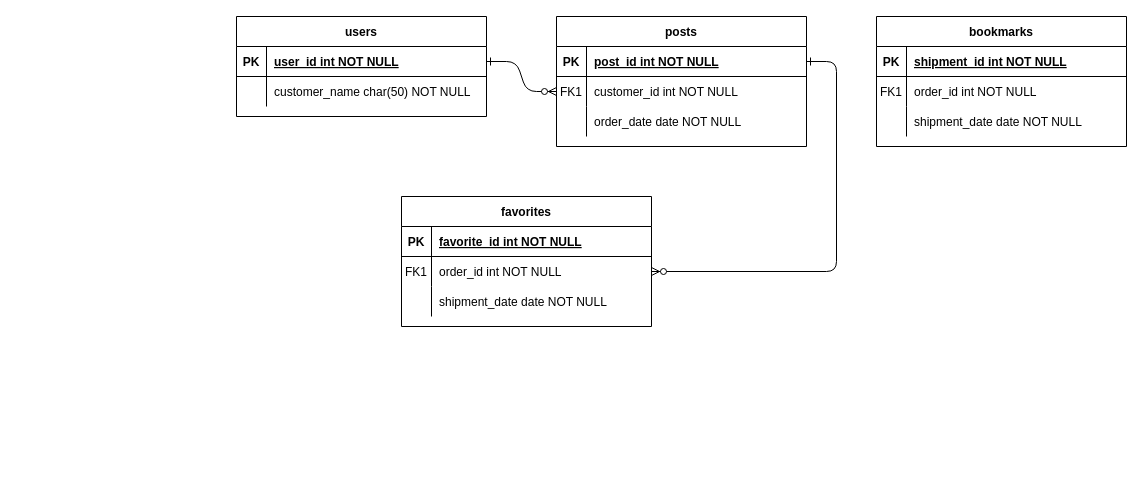
This is 名称未設定ファイル.drawio from Yuto307/dansyaryu, a draw.io file, before an edit. Source tidied: cells renumbered, new cells numbered last; positions are measured from the earlier drawing's top-left corner, leaving out a move shared by most shapes. Both pictures are drawn from the tidied source at 100%, with x=0, y=0 at pixel (236, 16).
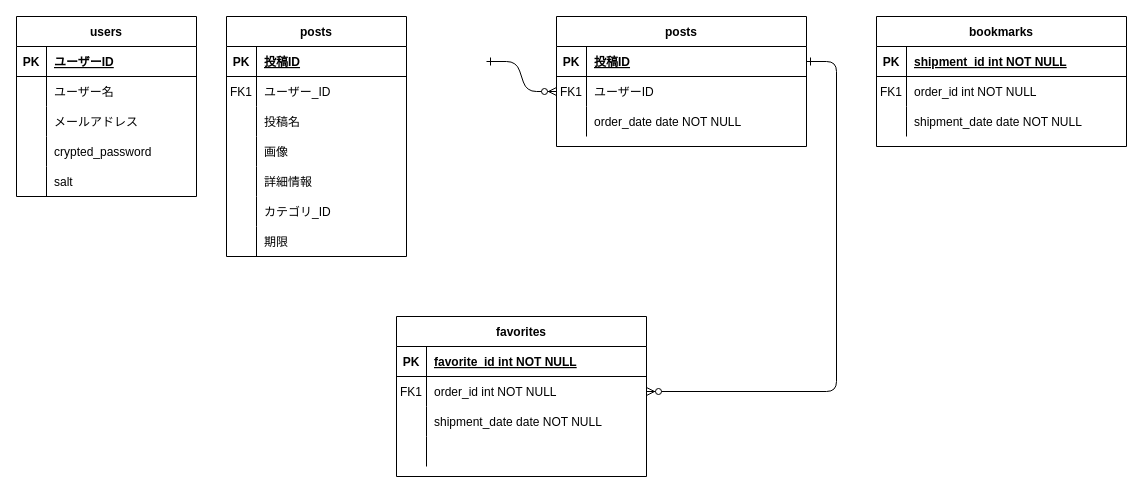
Above is the later version.

Commit message (it also covers changes not shown here):
dansyaryu.drawio を更新します

The change refers to these unchanged cells:
```xml
<mxCell id="5" style="shape=partialRectangle;fillColor=none;points=[[0,0.5],[1,0.5]];portConstraint=eastwest;top=0;left=0;right=0;bottom=1;" parent="4" vertex="1">
  <mxGeometry y="30" width="250" height="30" as="geometry" />
</mxCell>
<mxCell id="8" style="shape=partialRectangle;fillColor=none;points=[[0,0.5],[1,0.5]];portConstraint=eastwest;top=0;left=0;right=0;bottom=0;" parent="4" vertex="1">
  <mxGeometry y="60" width="250" height="30" as="geometry" />
</mxCell>
```

Diff of the diagram source:
```diff
@@
-    <mxCell id="2" style="edgeStyle=entityRelationEdgeStyle;endArrow=ERzeroToMany;startArrow=ERone;endFill=1;startFill=0;" parent="1" edge="1" source="25" target="8">
-      <mxGeometry relative="1" as="geometry" />
+    <mxCell id="2" style="edgeStyle=entityRelationEdgeStyle;endArrow=ERzeroToMany;startArrow=ERone;endFill=1;startFill=0;" parent="1" edge="1" target="8">
+      <mxGeometry relative="1" as="geometry">
+        <mxPoint x="250" y="45" as="sourcePoint" />
+      </mxGeometry>
     </mxCell>
@@
-    <mxCell id="4" value="posts" style="shape=table;startSize=30;childLayout=tableLayout;rowLines=0;fontStyle=1;align=center;" parent="1" vertex="1">
+    <mxCell id="4" value="posts" style="shape=table;startSize=30;childLayout=tableLayout;rowLines=0;fontStyle=1;align=center;strokeColor=default;" parent="1" vertex="1">
       <mxGeometry x="320" width="250" height="130" as="geometry" />
     </mxCell>
@@
-    <mxCell id="7" value="post_id int NOT NULL " style="shape=partialRectangle;overflow=hidden;fillColor=none;top=0;left=0;bottom=0;right=0;align=left;spacingLeft=6;fontStyle=5;" parent="5" vertex="1">
+    <mxCell id="7" value="投稿ID" style="shape=partialRectangle;overflow=hidden;fillColor=none;top=0;left=0;bottom=0;right=0;align=left;spacingLeft=6;fontStyle=5;" parent="5" vertex="1">
       <mxGeometry x="30" width="220" height="30" as="geometry" />
     </mxCell>
@@
-    <mxCell id="10" value="customer_id int NOT NULL" style="shape=partialRectangle;overflow=hidden;fillColor=none;top=0;left=0;bottom=0;right=0;align=left;spacingLeft=6;" parent="8" vertex="1">
+    <mxCell id="10" value="ユーザーID" style="shape=partialRectangle;overflow=hidden;fillColor=none;top=0;left=0;bottom=0;right=0;align=left;spacingLeft=6;" parent="8" vertex="1">
       <mxGeometry x="30" width="220" height="30" as="geometry" />
     </mxCell>
@@
     <mxCell id="14" value="favorites" style="shape=table;startSize=30;childLayout=tableLayout;rowLines=0;fontStyle=1;align=center;" parent="1" vertex="1">
-      <mxGeometry x="165" y="180" width="250" height="130" as="geometry" />
+      <mxGeometry x="160" y="300" width="250" height="160" as="geometry" />
     </mxCell>
@@
-    <mxCell id="24" value="users" style="shape=table;startSize=30;childLayout=tableLayout;rowLines=0;fontStyle=1;align=center;" parent="1" vertex="1">
-      <mxGeometry width="250" height="100" as="geometry" />
-    </mxCell>
-    <mxCell id="25" style="shape=partialRectangle;fillColor=none;points=[[0,0.5],[1,0.5]];portConstraint=eastwest;top=0;left=0;right=0;bottom=1;" parent="24" vertex="1">
-      <mxGeometry y="30" width="250" height="30" as="geometry" />
-    </mxCell>
-    <mxCell id="26" value="PK" style="shape=partialRectangle;overflow=hidden;fillColor=none;top=0;left=0;bottom=0;right=0;fontStyle=1;" parent="25" vertex="1">
-      <mxGeometry width="30" height="30" as="geometry" />
-    </mxCell>
-    <mxCell id="27" value="user_id int NOT NULL " style="shape=partialRectangle;overflow=hidden;fillColor=none;top=0;left=0;bottom=0;right=0;align=left;spacingLeft=6;fontStyle=5;" parent="25" vertex="1">
-      <mxGeometry x="30" width="220" height="30" as="geometry" />
-    </mxCell>
-    <mxCell id="28" style="shape=partialRectangle;fillColor=none;top=0;left=0;right=0;bottom=0;" parent="24" vertex="1">
-      <mxGeometry y="60" width="250" height="30" as="geometry" />
-    </mxCell>
+    <mxCell id="41" style="shape=partialRectangle;fillColor=none;top=0;left=0;right=0;bottom=0;" parent="14" vertex="1">
+      <mxGeometry y="120" width="250" height="30" as="geometry" />
+    </mxCell>
-    <mxCell id="29" style="shape=partialRectangle;overflow=hidden;fillColor=none;top=0;left=0;bottom=0;right=0;" parent="28" vertex="1">
+    <mxCell id="29" style="shape=partialRectangle;overflow=hidden;fillColor=none;top=0;left=0;bottom=0;right=0;" parent="41" vertex="1">
       <mxGeometry width="30" height="30" as="geometry" />
     </mxCell>
-    <mxCell id="30" value="customer_name char(50) NOT NULL" style="shape=partialRectangle;overflow=hidden;fillColor=none;top=0;left=0;bottom=0;right=0;align=left;spacingLeft=6;" parent="28" vertex="1">
-      <mxGeometry x="30" width="220" height="30" as="geometry" />
-    </mxCell>
+    <mxCell id="42" style="shape=partialRectangle;overflow=hidden;fillColor=none;top=0;left=0;bottom=0;right=0;align=left;spacingLeft=6;" parent="41" vertex="1">
+      <mxGeometry x="30" width="220" height="30" as="geometry" />
+    </mxCell>
@@
+    <mxCell id="24" value="users" style="shape=table;startSize=30;childLayout=tableLayout;rowLines=0;fontStyle=1;align=center;rounded=0;shadow=0;sketch=0;strokeColor=default;strokeWidth=1;" parent="1" vertex="1">
+      <mxGeometry x="-220" width="180" height="180" as="geometry" />
+    </mxCell>
+    <mxCell id="43" style="shape=tableRow;horizontal=0;startSize=0;swimlaneHead=0;swimlaneBody=0;fillColor=none;top=0;left=0;right=0;bottom=1;rounded=0;shadow=0;sketch=0;strokeColor=default;strokeWidth=1;" parent="24" vertex="1">
+      <mxGeometry y="30" width="180" height="30" as="geometry" />
+    </mxCell>
+    <mxCell id="44" value="PK" style="shape=partialRectangle;fillColor=none;top=0;left=0;bottom=0;right=0;fontStyle=1;overflow=hidden;rounded=0;shadow=0;sketch=0;strokeColor=default;strokeWidth=1;" parent="43" vertex="1">
+      <mxGeometry width="30" height="30" as="geometry" />
+    </mxCell>
+    <mxCell id="45" value="ユーザーID" style="shape=partialRectangle;fillColor=none;top=0;left=0;bottom=0;right=0;align=left;spacingLeft=6;fontStyle=5;overflow=hidden;rounded=0;shadow=0;sketch=0;strokeColor=default;strokeWidth=1;" parent="43" vertex="1">
+      <mxGeometry x="30" width="150" height="30" as="geometry" />
+    </mxCell>
+    <mxCell id="46" style="shape=tableRow;horizontal=0;startSize=0;swimlaneHead=0;swimlaneBody=0;fillColor=none;top=0;left=0;right=0;bottom=0;rounded=0;shadow=0;sketch=0;strokeColor=default;strokeWidth=1;" parent="24" vertex="1">
+      <mxGeometry y="60" width="180" height="30" as="geometry" />
+    </mxCell>
+    <mxCell id="47" style="shape=partialRectangle;fillColor=none;top=0;left=0;bottom=0;right=0;overflow=hidden;rounded=0;shadow=0;sketch=0;strokeColor=default;strokeWidth=1;" parent="46" vertex="1">
+      <mxGeometry width="30" height="30" as="geometry" />
+    </mxCell>
+    <mxCell id="48" value="ユーザー名" style="shape=partialRectangle;fillColor=none;top=0;left=0;bottom=0;right=0;align=left;spacingLeft=6;overflow=hidden;rounded=0;shadow=0;sketch=0;strokeColor=default;strokeWidth=1;" parent="46" vertex="1">
+      <mxGeometry x="30" width="150" height="30" as="geometry" />
+    </mxCell>
+    <mxCell id="49" style="shape=tableRow;horizontal=0;startSize=0;swimlaneHead=0;swimlaneBody=0;fillColor=none;top=0;left=0;right=0;bottom=0;rounded=0;shadow=0;sketch=0;strokeColor=default;strokeWidth=1;" parent="24" vertex="1">
+      <mxGeometry y="90" width="180" height="30" as="geometry" />
+    </mxCell>
+    <mxCell id="50" style="shape=partialRectangle;fillColor=none;top=0;left=0;bottom=0;right=0;overflow=hidden;rounded=0;shadow=0;sketch=0;strokeColor=default;strokeWidth=1;" parent="49" vertex="1">
+      <mxGeometry width="30" height="30" as="geometry" />
+    </mxCell>
+    <mxCell id="51" value="メールアドレス" style="shape=partialRectangle;fillColor=none;top=0;left=0;bottom=0;right=0;align=left;spacingLeft=6;overflow=hidden;rounded=0;shadow=0;sketch=0;strokeColor=default;strokeWidth=1;" parent="49" vertex="1">
+      <mxGeometry x="30" width="150" height="30" as="geometry" />
+    </mxCell>
+    <mxCell id="52" style="shape=tableRow;horizontal=0;startSize=0;swimlaneHead=0;swimlaneBody=0;fillColor=none;top=0;left=0;right=0;bottom=0;rounded=0;shadow=0;sketch=0;strokeColor=default;strokeWidth=1;" parent="24" vertex="1">
+      <mxGeometry y="120" width="180" height="30" as="geometry" />
+    </mxCell>
+    <mxCell id="53" style="shape=partialRectangle;fillColor=none;top=0;left=0;bottom=0;right=0;overflow=hidden;rounded=0;shadow=0;sketch=0;strokeColor=default;strokeWidth=1;" parent="52" vertex="1">
+      <mxGeometry width="30" height="30" as="geometry" />
+    </mxCell>
+    <mxCell id="54" value="crypted_password" style="shape=partialRectangle;fillColor=none;top=0;left=0;bottom=0;right=0;align=left;spacingLeft=6;overflow=hidden;rounded=0;shadow=0;sketch=0;strokeColor=default;strokeWidth=1;" parent="52" vertex="1">
+      <mxGeometry x="30" width="150" height="30" as="geometry" />
+    </mxCell>
+    <mxCell id="55" style="shape=tableRow;horizontal=0;startSize=0;swimlaneHead=0;swimlaneBody=0;fillColor=none;top=0;left=0;right=0;bottom=0;rounded=0;shadow=0;sketch=0;strokeColor=default;strokeWidth=1;" parent="24" vertex="1">
+      <mxGeometry y="150" width="180" height="30" as="geometry" />
+    </mxCell>
+    <mxCell id="56" style="shape=partialRectangle;fillColor=none;top=0;left=0;bottom=0;right=0;overflow=hidden;rounded=0;shadow=0;sketch=0;strokeColor=default;strokeWidth=1;" parent="55" vertex="1">
+      <mxGeometry width="30" height="30" as="geometry" />
+    </mxCell>
+    <mxCell id="57" value="salt" style="shape=partialRectangle;fillColor=none;top=0;left=0;bottom=0;right=0;align=left;spacingLeft=6;overflow=hidden;rounded=0;shadow=0;sketch=0;strokeColor=default;strokeWidth=1;" parent="55" vertex="1">
+      <mxGeometry x="30" width="150" height="30" as="geometry" />
+    </mxCell>
+    <mxCell id="58" value="posts" style="shape=table;startSize=30;childLayout=tableLayout;rowLines=0;fontStyle=1;align=center;rounded=0;shadow=0;sketch=0;strokeColor=default;strokeWidth=1;" parent="1" vertex="1">
+      <mxGeometry x="-10" width="180" height="240" as="geometry" />
+    </mxCell>
+    <mxCell id="59" style="shape=tableRow;horizontal=0;startSize=0;swimlaneHead=0;swimlaneBody=0;fillColor=none;top=0;left=0;right=0;bottom=1;rounded=0;shadow=0;sketch=0;strokeColor=default;strokeWidth=1;" parent="58" vertex="1">
+      <mxGeometry y="30" width="180" height="30" as="geometry" />
+    </mxCell>
+    <mxCell id="60" value="PK" style="shape=partialRectangle;fillColor=none;top=0;left=0;bottom=0;right=0;fontStyle=1;overflow=hidden;rounded=0;shadow=0;sketch=0;strokeColor=default;strokeWidth=1;" parent="59" vertex="1">
+      <mxGeometry width="30" height="30" as="geometry" />
+    </mxCell>
+    <mxCell id="61" value="投稿ID" style="shape=partialRectangle;fillColor=none;top=0;left=0;bottom=0;right=0;align=left;spacingLeft=6;fontStyle=5;overflow=hidden;rounded=0;shadow=0;sketch=0;strokeColor=default;strokeWidth=1;" parent="59" vertex="1">
+      <mxGeometry x="30" width="150" height="30" as="geometry" />
+    </mxCell>
+    <mxCell id="62" style="shape=tableRow;horizontal=0;startSize=0;swimlaneHead=0;swimlaneBody=0;fillColor=none;top=0;left=0;right=0;bottom=0;rounded=0;shadow=0;sketch=0;strokeColor=default;strokeWidth=1;" parent="58" vertex="1">
+      <mxGeometry y="60" width="180" height="30" as="geometry" />
+    </mxCell>
+    <mxCell id="63" value="FK1" style="shape=partialRectangle;fillColor=none;top=0;left=0;bottom=0;right=0;overflow=hidden;rounded=0;shadow=0;sketch=0;strokeColor=default;strokeWidth=1;" parent="62" vertex="1">
+      <mxGeometry width="30" height="30" as="geometry" />
+    </mxCell>
+    <mxCell id="64" value="ユーザー_ID" style="shape=partialRectangle;fillColor=none;top=0;left=0;bottom=0;right=0;align=left;spacingLeft=6;overflow=hidden;rounded=0;shadow=0;sketch=0;strokeColor=default;strokeWidth=1;" parent="62" vertex="1">
+      <mxGeometry x="30" width="150" height="30" as="geometry" />
+    </mxCell>
+    <mxCell id="65" style="shape=tableRow;horizontal=0;startSize=0;swimlaneHead=0;swimlaneBody=0;fillColor=none;top=0;left=0;right=0;bottom=0;rounded=0;shadow=0;sketch=0;strokeColor=default;strokeWidth=1;" parent="58" vertex="1">
+      <mxGeometry y="90" width="180" height="30" as="geometry" />
+    </mxCell>
+    <mxCell id="66" style="shape=partialRectangle;fillColor=none;top=0;left=0;bottom=0;right=0;overflow=hidden;rounded=0;shadow=0;sketch=0;strokeColor=default;strokeWidth=1;" parent="65" vertex="1">
+      <mxGeometry width="30" height="30" as="geometry" />
+    </mxCell>
+    <mxCell id="67" value="投稿名" style="shape=partialRectangle;fillColor=none;top=0;left=0;bottom=0;right=0;align=left;spacingLeft=6;overflow=hidden;rounded=0;shadow=0;sketch=0;strokeColor=default;strokeWidth=1;" parent="65" vertex="1">
+      <mxGeometry x="30" width="150" height="30" as="geometry" />
+    </mxCell>
+    <mxCell id="68" style="shape=tableRow;horizontal=0;startSize=0;swimlaneHead=0;swimlaneBody=0;fillColor=none;top=0;left=0;right=0;bottom=0;rounded=0;shadow=0;sketch=0;strokeColor=default;strokeWidth=1;" parent="58" vertex="1">
+      <mxGeometry y="120" width="180" height="30" as="geometry" />
+    </mxCell>
+    <mxCell id="69" style="shape=partialRectangle;fillColor=none;top=0;left=0;bottom=0;right=0;overflow=hidden;rounded=0;shadow=0;sketch=0;strokeColor=default;strokeWidth=1;" parent="68" vertex="1">
+      <mxGeometry width="30" height="30" as="geometry" />
+    </mxCell>
+    <mxCell id="70" value="画像" style="shape=partialRectangle;fillColor=none;top=0;left=0;bottom=0;right=0;align=left;spacingLeft=6;overflow=hidden;rounded=0;shadow=0;sketch=0;strokeColor=default;strokeWidth=1;" parent="68" vertex="1">
+      <mxGeometry x="30" width="150" height="30" as="geometry" />
+    </mxCell>
+    <mxCell id="71" style="shape=tableRow;horizontal=0;startSize=0;swimlaneHead=0;swimlaneBody=0;fillColor=none;top=0;left=0;right=0;bottom=0;rounded=0;shadow=0;sketch=0;strokeColor=default;strokeWidth=1;" parent="58" vertex="1">
+      <mxGeometry y="150" width="180" height="30" as="geometry" />
+    </mxCell>
+    <mxCell id="72" style="shape=partialRectangle;fillColor=none;top=0;left=0;bottom=0;right=0;overflow=hidden;rounded=0;shadow=0;sketch=0;strokeColor=default;strokeWidth=1;" parent="71" vertex="1">
+      <mxGeometry width="30" height="30" as="geometry" />
+    </mxCell>
+    <mxCell id="73" value="詳細情報" style="shape=partialRectangle;fillColor=none;top=0;left=0;bottom=0;right=0;align=left;spacingLeft=6;overflow=hidden;rounded=0;shadow=0;sketch=0;strokeColor=default;strokeWidth=1;" parent="71" vertex="1">
+      <mxGeometry x="30" width="150" height="30" as="geometry" />
+    </mxCell>
+    <mxCell id="74" style="shape=tableRow;horizontal=0;startSize=0;swimlaneHead=0;swimlaneBody=0;fillColor=none;top=0;left=0;right=0;bottom=0;rounded=0;shadow=0;sketch=0;strokeColor=default;strokeWidth=1;" parent="58" vertex="1">
+      <mxGeometry y="180" width="180" height="30" as="geometry" />
+    </mxCell>
+    <mxCell id="75" style="shape=partialRectangle;fillColor=none;top=0;left=0;bottom=0;right=0;overflow=hidden;rounded=0;shadow=0;sketch=0;strokeColor=default;strokeWidth=1;" parent="74" vertex="1">
+      <mxGeometry width="30" height="30" as="geometry" />
+    </mxCell>
+    <mxCell id="76" value="カテゴリ_ID" style="shape=partialRectangle;fillColor=none;top=0;left=0;bottom=0;right=0;align=left;spacingLeft=6;overflow=hidden;rounded=0;shadow=0;sketch=0;strokeColor=default;strokeWidth=1;" parent="74" vertex="1">
+      <mxGeometry x="30" width="150" height="30" as="geometry" />
+    </mxCell>
+    <mxCell id="77" style="shape=tableRow;horizontal=0;startSize=0;swimlaneHead=0;swimlaneBody=0;fillColor=none;top=0;left=0;right=0;bottom=0;rounded=0;shadow=0;sketch=0;strokeColor=default;strokeWidth=1;" parent="58" vertex="1">
+      <mxGeometry y="210" width="180" height="30" as="geometry" />
+    </mxCell>
+    <mxCell id="78" style="shape=partialRectangle;fillColor=none;top=0;left=0;bottom=0;right=0;overflow=hidden;rounded=0;shadow=0;sketch=0;strokeColor=default;strokeWidth=1;" parent="77" vertex="1">
+      <mxGeometry width="30" height="30" as="geometry" />
+    </mxCell>
+    <mxCell id="79" value="期限" style="shape=partialRectangle;fillColor=none;top=0;left=0;bottom=0;right=0;align=left;spacingLeft=6;overflow=hidden;rounded=0;shadow=0;sketch=0;strokeColor=default;strokeWidth=1;" parent="77" vertex="1">
+      <mxGeometry x="30" width="150" height="30" as="geometry" />
+    </mxCell>
```
